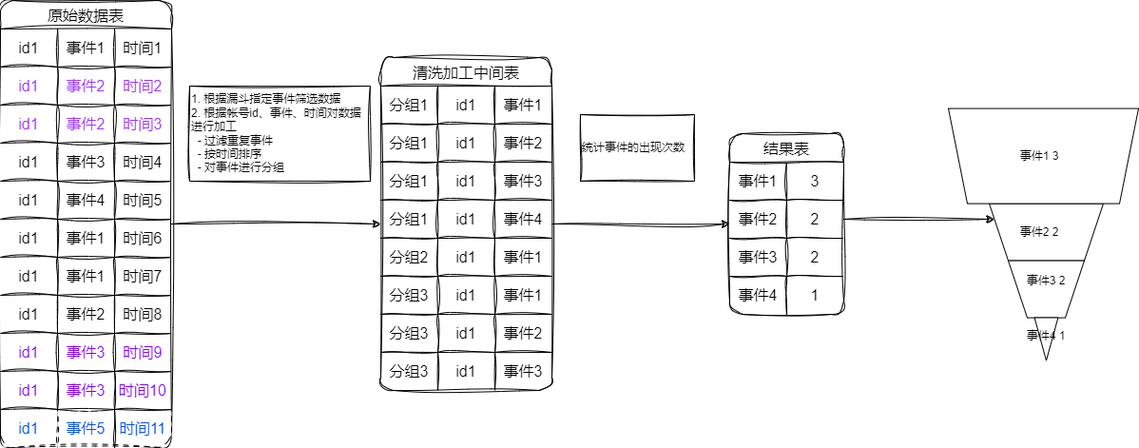
Above: test1.drawio.png in fxfng/hello-world (draw.io), before the change. Source tidied: cells renumbered, new cells last; positions are measured from the earlier drawing's top-left corner, leaving out a move shared by most shapes.
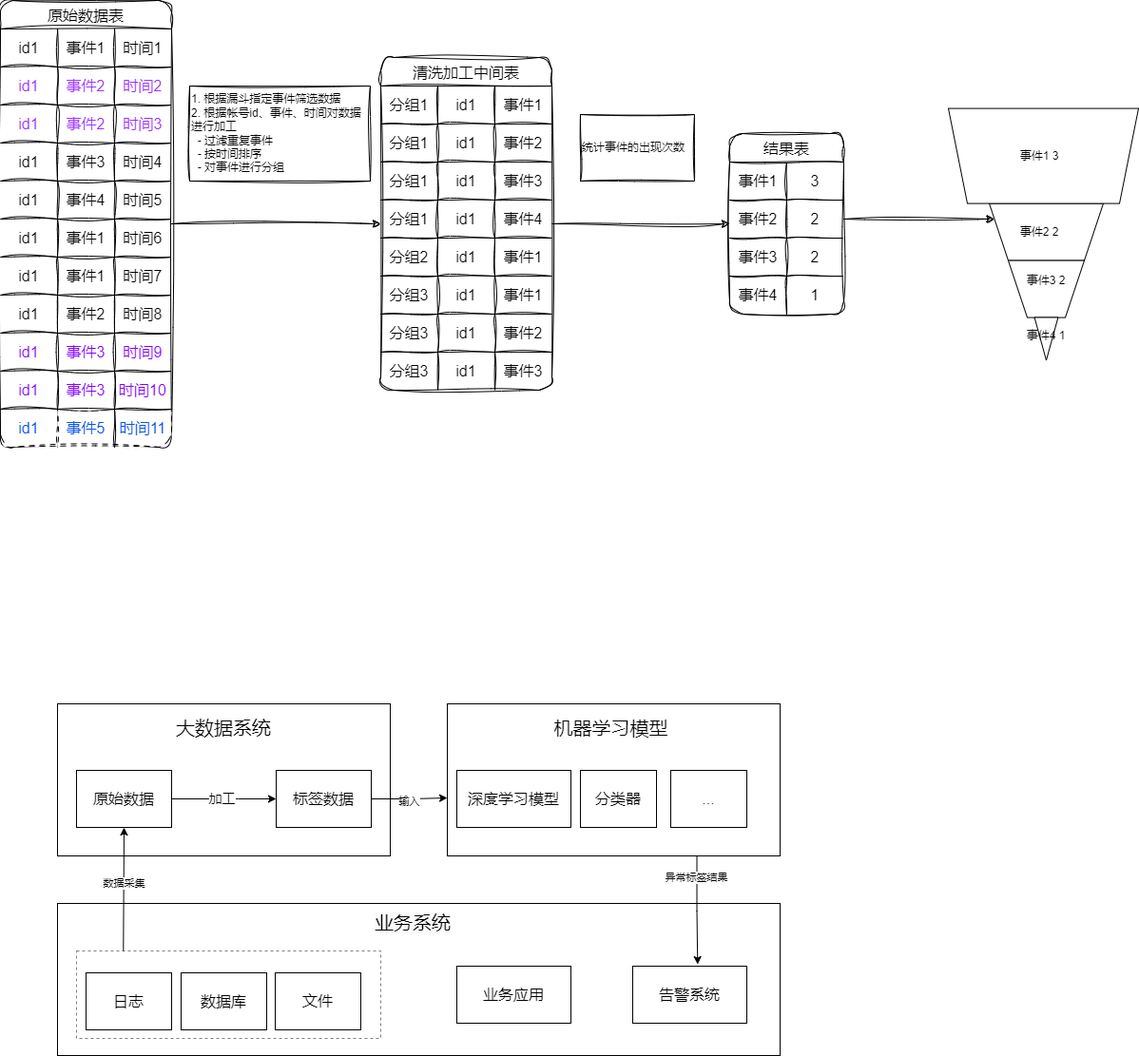
Later version of the same file.

Commit message:
增加欺诈检测流程图

The edit, as a diff of the source:
```diff
@@ -314,5 +314,95 @@
     <mxCell id="105" value="事件3 2" style="text;html=1;align=center;verticalAlign=middle;whiteSpace=wrap;rounded=0;" parent="1" vertex="1">
       <mxGeometry x="1070" y="280" width="60" height="30" as="geometry" />
     </mxCell>
+    <mxCell id="106" style="rounded=0;whiteSpace=wrap;html=1;" parent="1" vertex="1">
+      <mxGeometry x="60" y="950" width="760" height="160" as="geometry" />
+    </mxCell>
+    <mxCell id="107" value="&#10;&lt;span style=&quot;color: rgb(0, 0, 0); font-family: Helvetica; font-size: 20px; font-style: normal; font-variant-ligatures: normal; font-variant-caps: normal; font-weight: 400; letter-spacing: normal; orphans: 2; text-align: center; text-indent: 0px; text-transform: none; widows: 2; word-spacing: 0px; -webkit-text-stroke-width: 0px; white-space: normal; background-color: rgb(251, 251, 251); text-decoration-thickness: initial; text-decoration-style: initial; text-decoration-color: initial; display: inline !important; float: none;&quot;&gt;业务系统&lt;/span&gt;&#10;&#10;" style="text;html=1;align=center;verticalAlign=middle;whiteSpace=wrap;rounded=0;" parent="1" vertex="1">
+      <mxGeometry x="379" y="963" width="110" height="30" as="geometry" />
+    </mxCell>
+    <mxCell id="108" value="&lt;font style=&quot;font-size: 16px;&quot;&gt;告警系统&lt;/font&gt;" style="rounded=0;whiteSpace=wrap;html=1;" parent="1" vertex="1">
+      <mxGeometry x="665" y="1016" width="120" height="60" as="geometry" />
+    </mxCell>
+    <mxCell id="109" style="rounded=0;whiteSpace=wrap;html=1;" parent="1" vertex="1">
+      <mxGeometry x="60" y="740" width="350" height="160" as="geometry" />
+    </mxCell>
+    <mxCell id="110" value="大数据系统" style="text;html=1;align=center;verticalAlign=middle;whiteSpace=wrap;rounded=0;fontSize=20;" parent="1" vertex="1">
+      <mxGeometry x="180" y="750" width="110" height="30" as="geometry" />
+    </mxCell>
+    <mxCell id="111" value="&lt;span style=&quot;font-size: 16px;&quot;&gt;标签数据&lt;/span&gt;" style="rounded=0;whiteSpace=wrap;html=1;" parent="1" vertex="1">
+      <mxGeometry x="290" y="810" width="100" height="60" as="geometry" />
+    </mxCell>
+    <mxCell id="112" style="edgeStyle=orthogonalEdgeStyle;rounded=0;jettySize=auto;html=1;exitX=1;exitY=0.5;exitDx=0;exitDy=0;entryX=0;entryY=0.5;entryDx=0;entryDy=0;" parent="1" edge="1" source="114" target="111">
+      <mxGeometry relative="1" as="geometry">
+        <Array as="points">
+          <mxPoint x="250" y="840" />
+          <mxPoint x="250" y="840" />
+        </Array>
+      </mxGeometry>
+    </mxCell>
+    <mxCell id="113" value="&lt;font style=&quot;font-size: 14px;&quot;&gt;加工&lt;/font&gt;" style="edgeLabel;html=1;align=center;verticalAlign=middle;" parent="112" vertex="1">
+      <mxGeometry x="-0.05" relative="1" as="geometry" />
+    </mxCell>
+    <mxCell id="114" value="&lt;span style=&quot;font-size: 16px;&quot;&gt;原始数据&lt;/span&gt;" style="rounded=0;whiteSpace=wrap;html=1;" parent="1" vertex="1">
+      <mxGeometry x="80" y="810" width="100" height="60" as="geometry" />
+    </mxCell>
+    <mxCell id="115" style="rounded=0;whiteSpace=wrap;html=1;" parent="1" vertex="1">
+      <mxGeometry x="470" y="740" width="350" height="160" as="geometry" />
+    </mxCell>
+    <mxCell id="116" value="机器学习模型" style="text;html=1;align=center;verticalAlign=middle;whiteSpace=wrap;rounded=0;fontSize=20;" parent="1" vertex="1">
+      <mxGeometry x="580" y="750" width="125" height="30" as="geometry" />
+    </mxCell>
+    <mxCell id="117" value="&lt;span style=&quot;font-size: 16px;&quot;&gt;分类器&lt;/span&gt;" style="rounded=0;whiteSpace=wrap;html=1;" parent="1" vertex="1">
+      <mxGeometry x="610" y="810" width="80" height="60" as="geometry" />
+    </mxCell>
+    <mxCell id="118" value="&lt;span style=&quot;font-size: 16px;&quot;&gt;深度学习模型&lt;/span&gt;" style="rounded=0;whiteSpace=wrap;html=1;" parent="1" vertex="1">
+      <mxGeometry x="480" y="810" width="120" height="60" as="geometry" />
+    </mxCell>
+    <mxCell id="119" style="edgeStyle=orthogonalEdgeStyle;rounded=0;jettySize=auto;html=1;exitX=0.154;exitY=0.001;exitDx=0;exitDy=0;entryX=0.2;entryY=0.813;entryDx=0;entryDy=0;entryPerimeter=0;exitPerimeter=0;" parent="1" edge="1" source="121" target="109">
+      <mxGeometry relative="1" as="geometry">
+        <Array as="points">
+          <mxPoint x="130" y="1000" />
+        </Array>
+      </mxGeometry>
+    </mxCell>
+    <mxCell id="120" value="数据采集" style="edgeLabel;html=1;align=center;verticalAlign=middle;" parent="119" vertex="1">
+      <mxGeometry x="-0.1" y="1" relative="1" as="geometry">
+        <mxPoint x="1" y="-13" as="offset" />
+      </mxGeometry>
+    </mxCell>
+    <mxCell id="121" style="rounded=0;whiteSpace=wrap;html=1;opacity=50;dashed=1;" parent="1" vertex="1">
+      <mxGeometry x="80" y="1000" width="320" height="92" as="geometry" />
+    </mxCell>
+    <mxCell id="122" value="&lt;span style=&quot;font-size: 16px;&quot;&gt;...&lt;/span&gt;" style="rounded=0;whiteSpace=wrap;html=1;" parent="1" vertex="1">
+      <mxGeometry x="705" y="810" width="80" height="60" as="geometry" />
+    </mxCell>
+    <mxCell id="123" style="edgeStyle=orthogonalEdgeStyle;rounded=0;jettySize=auto;html=1;" parent="1" edge="1" source="111">
+      <mxGeometry relative="1" as="geometry">
+        <mxPoint x="470" y="839" as="targetPoint" />
+      </mxGeometry>
+    </mxCell>
+    <mxCell id="124" value="输入" style="edgeLabel;html=1;align=center;verticalAlign=middle;" parent="123" vertex="1">
+      <mxGeometry x="0.01" y="-2" relative="1" as="geometry">
+        <mxPoint x="-1" y="1" as="offset" />
+      </mxGeometry>
+    </mxCell>
+    <mxCell id="125" value="&lt;span style=&quot;font-size: 16px;&quot;&gt;数据库&lt;/span&gt;" style="rounded=0;whiteSpace=wrap;html=1;" parent="1" vertex="1">
+      <mxGeometry x="190" y="1023" width="90" height="60" as="geometry" />
+    </mxCell>
+    <mxCell id="126" value="&lt;span style=&quot;font-size: 16px;&quot;&gt;日志&lt;/span&gt;" style="rounded=0;whiteSpace=wrap;html=1;" parent="1" vertex="1">
+      <mxGeometry x="90" y="1023" width="90" height="60" as="geometry" />
+    </mxCell>
+    <mxCell id="127" value="&lt;span style=&quot;font-size: 16px;&quot;&gt;文件&lt;/span&gt;" style="rounded=0;whiteSpace=wrap;html=1;" parent="1" vertex="1">
+      <mxGeometry x="289" y="1023" width="90" height="60" as="geometry" />
+    </mxCell>
+    <mxCell id="128" style="edgeStyle=orthogonalEdgeStyle;rounded=0;jettySize=auto;html=1;exitX=0.75;exitY=1;exitDx=0;exitDy=0;entryX=0.569;entryY=-0.033;entryDx=0;entryDy=0;entryPerimeter=0;" parent="1" edge="1" source="115" target="108">
+      <mxGeometry relative="1" as="geometry" />
+    </mxCell>
+    <mxCell id="129" value="异常标签结果" style="edgeLabel;html=1;align=center;verticalAlign=middle;" parent="128" vertex="1">
+      <mxGeometry x="-0.61" y="-1" relative="1" as="geometry" />
+    </mxCell>
+    <mxCell id="130" value="&lt;font style=&quot;font-size: 16px;&quot;&gt;业务应用&lt;/font&gt;" style="rounded=0;whiteSpace=wrap;html=1;" parent="1" vertex="1">
+      <mxGeometry x="480" y="1016" width="120" height="60" as="geometry" />
+    </mxCell>
   </root>
 </mxGraphModel>
```
